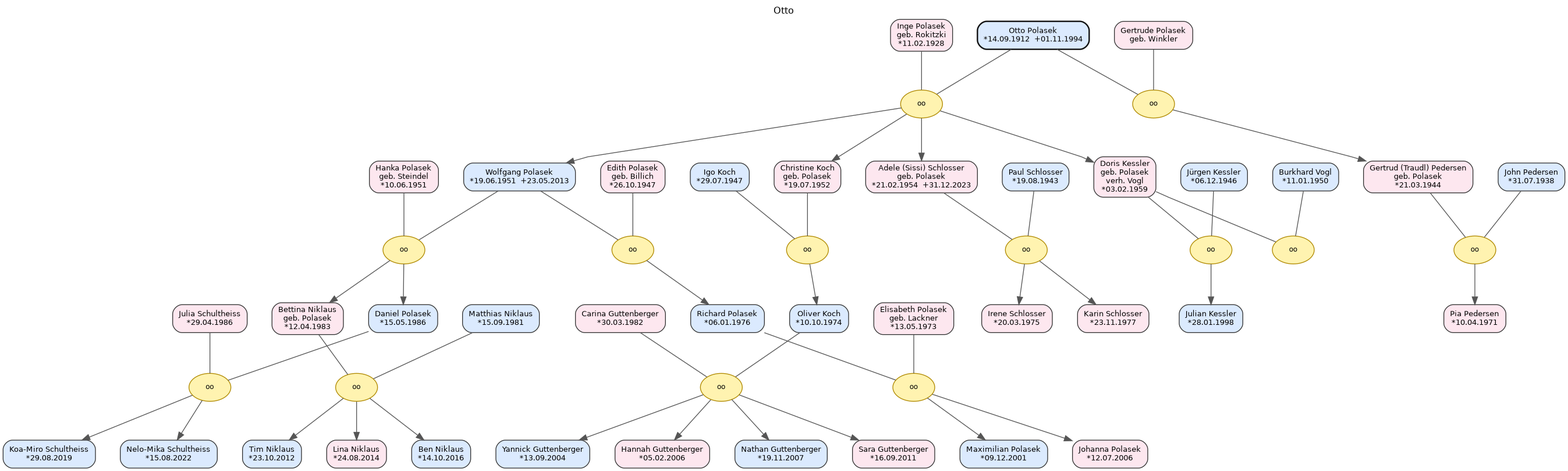
The Graphviz diagram Otto_0_10.png in Konfusius16/Ahnentafel-Polasek, before a commit. Its source is kept beside it as Otto_0_10.dot.
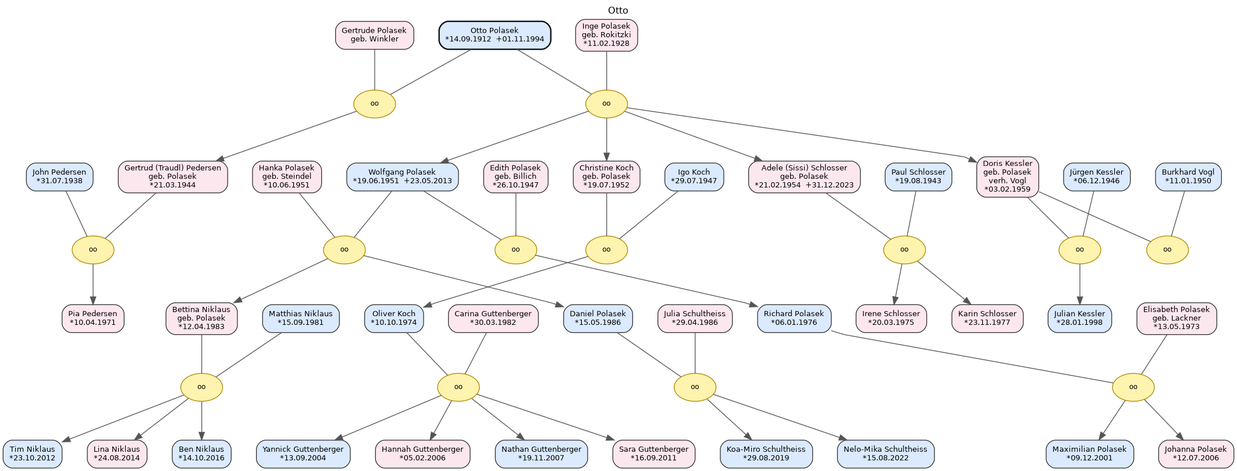
The same diagram one commit later.

Change to the diagram source:
```diff
@@ -3,92 +3,112 @@
 	graph [fontname="DejaVu Sans" fontsize=12 label=Otto labelloc=t]
 	node [color="#333333" fontname="DejaVu Sans" fontsize=10 shape=box style="rounded,filled"]
 	edge [color="#555555" fontname="DejaVu Sans"]
-	g3p04 [label="Carina Guttenberger
-*30.03.1982" fillcolor="#fde7ef" id=P_g3p04]
-	polS06 [label="Igo Koch
-*29.07.1947" fillcolor="#dbeafe" id=P_polS06]
-	pol24 [label="Karin Schlosser
-*23.11.1977" fillcolor="#fde7ef" id=P_pol24]
-	g2p09 [label="Johanna Polasek
-*12.07.2006" fillcolor="#fde7ef" id=P_g2p09]
-	g3p07 [label="Nathan Guttenberger
-*19.11.2007" fillcolor="#dbeafe" id=P_g3p07]
-	pol23 [label="Irene Schlosser
-*20.03.1975" fillcolor="#fde7ef" id=P_pol23]
-	polS05 [label="Hanka Polasek
-geb. Steindel
-*10.06.1951" fillcolor="#fde7ef" id=P_polS05]
-	pol19 [label="Richard Polasek
-*06.01.1976" fillcolor="#dbeafe" id=P_pol19]
-	pol11 [label="Otto Polasek
-*14.09.1912  +01.11.1994" color="#111111" fillcolor="#dbeafe" id=P_pol11 penwidth=1.8]
-	g2p08 [label="Maximilian Polasek
-*09.12.2001" fillcolor="#dbeafe" id=P_g2p08]
 	pol14 [label="Gertrud (Traudl) Pedersen
 geb. Polasek
 *21.03.1944" fillcolor="#fde7ef" id=P_pol14]
 	g2p13 [label="Ben Niklaus
 *14.10.2016" fillcolor="#dbeafe" id=P_g2p13]
-	pol21 [label="Daniel Polasek
-*15.05.1986" fillcolor="#dbeafe" id=P_pol21]
-	g2p11 [label="Tim Niklaus
-*23.10.2012" fillcolor="#dbeafe" id=P_g2p11]
 	g2p07 [label="Elisabeth Polasek
 geb. Lackner
 *13.05.1973" fillcolor="#fde7ef" id=P_g2p07]
-	ped01 [label="John Pedersen
-*31.07.1938" fillcolor="#dbeafe" id=P_ped01]
-	polS03 [label="Inge Polasek
-geb. Rokitzki
-*11.02.1928" fillcolor="#fde7ef" id=P_polS03]
+	polS05 [label="Hanka Polasek
+geb. Steindel
+*10.06.1951" fillcolor="#fde7ef" id=P_polS05]
 	g3p06 [label="Hannah Guttenberger
 *05.02.2006" fillcolor="#fde7ef" id=P_g3p06]
+	ped02 [label="Pia Pedersen
+*10.04.1971" fillcolor="#fde7ef" id=P_ped02]
+	g2p08 [label="Maximilian Polasek
+*09.12.2001" fillcolor="#dbeafe" id=P_g2p08]
+	g2p09 [label="Johanna Polasek
+*12.07.2006" fillcolor="#fde7ef" id=P_g2p09]
 	pol25 [label="Julian Kessler
 *28.01.1998" fillcolor="#dbeafe" id=P_pol25]
+	polS07 [label="Paul Schlosser
+*19.08.1943" fillcolor="#dbeafe" id=P_polS07]
+	pol19 [label="Richard Polasek
+*06.01.1976" fillcolor="#dbeafe" id=P_pol19]
 	pol20 [label="Bettina Niklaus
 geb. Polasek
 *12.04.1983" fillcolor="#fde7ef" id=P_pol20]
-	g2p10 [label="Matthias Niklaus
-*15.09.1981" fillcolor="#dbeafe" id=P_g2p10]
-	g2p16 [label="Nelo-Mika Schultheiss
-*15.08.2022" fillcolor="#dbeafe" id=P_g2p16]
+	pol17 [label="Adele (Sissi) Schlosser
+geb. Polasek
+*21.02.1954  +31.12.2023" fillcolor="#fde7ef" id=P_pol17]
+	polS02 [label="Gertrude Polasek
+geb. Winkler" fillcolor="#fde7ef" id=P_polS02]
+	pol24 [label="Karin Schlosser
+*23.11.1977" fillcolor="#fde7ef" id=P_pol24]
+	pol11 [label="Otto Polasek
+*14.09.1912  +01.11.1994" color="#111111" fillcolor="#dbeafe" id=P_pol11 penwidth=1.8]
+	g2p14 [label="Julia Schultheiss
+*29.04.1986" fillcolor="#fde7ef" id=P_g2p14]
+	g3p04 [label="Carina Guttenberger
+*30.03.1982" fillcolor="#fde7ef" id=P_g3p04]
+	polS06 [label="Igo Koch
+*29.07.1947" fillcolor="#dbeafe" id=P_polS06]
+	pol22 [label="Oliver Koch
+*10.10.1974" fillcolor="#dbeafe" id=P_pol22]
+	pol21 [label="Daniel Polasek
+*15.05.1986" fillcolor="#dbeafe" id=P_pol21]
 	polS08 [label="Burkhard Vogl
 *11.01.1950" fillcolor="#dbeafe" id=P_polS08]
-	polS09 [label="Jürgen Kessler
-*06.12.1946" fillcolor="#dbeafe" id=P_polS09]
-	g2p14 [label="Julia Schultheiss
-*29.04.1986" fillcolor="#fde7ef" id=P_g2p14]
-	ped02 [label="Pia Pedersen
-*10.04.1971" fillcolor="#fde7ef" id=P_ped02]
-	g2p12 [label="Lina Niklaus
-*24.08.2014" fillcolor="#fde7ef" id=P_g2p12]
 	pol18 [label="Doris Kessler
 geb. Polasek
 verh. Vogl
 *03.02.1959" fillcolor="#fde7ef" id=P_pol18]
-	pol17 [label="Adele (Sissi) Schlosser
+	g2p10 [label="Matthias Niklaus
+*15.09.1981" fillcolor="#dbeafe" id=P_g2p10]
+	g2p11 [label="Tim Niklaus
+*23.10.2012" fillcolor="#dbeafe" id=P_g2p11]
+	pol16 [label="Christine Koch
 geb. Polasek
-*21.02.1954  +31.12.2023" fillcolor="#fde7ef" id=P_pol17]
+*19.07.1952" fillcolor="#fde7ef" id=P_pol16]
+	polS03 [label="Inge Polasek
+geb. Rokitzki
+*11.02.1928" fillcolor="#fde7ef" id=P_polS03]
+	g2p15 [label="Koa-Miro Schultheiss
+*29.08.2019" fillcolor="#dbeafe" id=P_g2p15]
 	g3p05 [label="Yannick Guttenberger
 *13.09.2004" fillcolor="#dbeafe" id=P_g3p05]
+	polS09 [label="Jürgen Kessler
+*06.12.1946" fillcolor="#dbeafe" id=P_polS09]
+	pol15 [label="Wolfgang Polasek
+*19.06.1951  +23.05.2013" fillcolor="#dbeafe" id=P_pol15]
 	polS04 [label="Edith Polasek
 geb. Billich
 *26.10.1947" fillcolor="#fde7ef" id=P_polS04]
+	pol23 [label="Irene Schlosser
+*20.03.1975" fillcolor="#fde7ef" id=P_pol23]
+	g2p16 [label="Nelo-Mika Schultheiss
+*15.08.2022" fillcolor="#dbeafe" id=P_g2p16]
+	g3p07 [label="Nathan Guttenberger
+*19.11.2007" fillcolor="#dbeafe" id=P_g3p07]
+	g2p12 [label="Lina Niklaus
+*24.08.2014" fillcolor="#fde7ef" id=P_g2p12]
+	ped01 [label="John Pedersen
+*31.07.1938" fillcolor="#dbeafe" id=P_ped01]
 	g3p08 [label="Sara Guttenberger
 *16.09.2011" fillcolor="#fde7ef" id=P_g3p08]
-	pol15 [label="Wolfgang Polasek
-*19.06.1951  +23.05.2013" fillcolor="#dbeafe" id=P_pol15]
-	polS02 [label="Gertrude Polasek
-geb. Winkler" fillcolor="#fde7ef" id=P_polS02]
-	g2p15 [label="Koa-Miro Schultheiss
-*29.08.2019" fillcolor="#dbeafe" id=P_g2p15]
-	pol22 [label="Oliver Koch
-*10.10.1974" fillcolor="#dbeafe" id=P_pol22]
-	pol16 [label="Christine Koch
-geb. Polasek
-*19.07.1952" fillcolor="#fde7ef" id=P_pol16]
-	polS07 [label="Paul Schlosser
-*19.08.1943" fillcolor="#dbeafe" id=P_polS07]
+	M_polF2 [label=oo color="#b08900" fillcolor="#fff3b0" fontsize=9 id=M_polF2 shape=ellipse style=filled]
+	subgraph rank_polF2 {
+		rank=same
+		pol11
+		polS02
+	}
+	pol11 -> polS02 [constraint=true minlen=0 style=invis weight=3600]
+	pol11 -> M_polF2 [dir=none minlen=1 weight=60]
+	polS02 -> M_polF2 [dir=none minlen=1 weight=60]
+	subgraph kids_polF2 {
+		rank=same
+		pol14
+	}
+	M_polF2 -> pol14
+	subgraph pair_pol14 {
+		rank=same
+		pol14
+		ped01
+	}
+	ped01 -> pol14 [constraint=true minlen=0 style=invis weight=2600]
 	M_polF5 [label=oo color="#b08900" fillcolor="#fff3b0" fontsize=9 id=M_polF5 shape=ellipse style=filled]
 	subgraph rank_polF5 {
 		rank=same
@@ -119,6 +139,100 @@
 		g2p14
 	}
 	pol21 -> g2p14 [constraint=true minlen=0 style=invis weight=2600]
+	M_polF6 [label=oo color="#b08900" fillcolor="#fff3b0" fontsize=9 id=M_polF6 shape=ellipse style=filled]
+	subgraph rank_polF6 {
+		rank=same
+		polS06
+		pol16
+	}
+	polS06 -> pol16 [constraint=true minlen=0 style=invis weight=3600]
+	polS06 -> M_polF6 [dir=none minlen=1 weight=60]
+	pol16 -> M_polF6 [dir=none minlen=1 weight=60]
+	subgraph kids_polF6 {
+		rank=same
+		pol22
+	}
+	M_polF6 -> pol22
+	subgraph pair_pol22 {
+		rank=same
+		pol22
+		g3p04
+	}
+	pol22 -> g3p04 [constraint=true minlen=0 style=invis weight=2600]
+	M_polF8 [label=oo color="#b08900" fillcolor="#fff3b0" fontsize=9 id=M_polF8 shape=ellipse style=filled]
+	subgraph rank_polF8 {
+		rank=same
+		polS08
+		pol18
+	}
+	polS08 -> pol18 [constraint=true minlen=0 style=invis weight=3600]
+	polS08 -> M_polF8 [dir=none minlen=1 weight=60]
+	pol18 -> M_polF8 [dir=none minlen=1 weight=60]
+	M_g2F4 [label=oo color="#b08900" fillcolor="#fff3b0" fontsize=9 id=M_g2F4 shape=ellipse style=filled]
+	subgraph rank_g2F4 {
+		rank=same
+		g2p10
+		pol20
+	}
+	g2p10 -> pol20 [constraint=true minlen=0 style=invis weight=3600]
+	g2p10 -> M_g2F4 [dir=none minlen=1 weight=60]
+	pol20 -> M_g2F4 [dir=none minlen=1 weight=60]
+	subgraph kids_g2F4 {
+		rank=same
+		g2p11
+		g2p12
+		g2p13
+	}
+	M_g2F4 -> g2p11
+	M_g2F4 -> g2p12
+	M_g2F4 -> g2p13
+	g2p11 -> g2p12 [constraint=true minlen=0 style=invis weight=1400]
+	g2p12 -> g2p13 [constraint=true minlen=0 style=invis weight=1400]
+	M_polF9 [label=oo color="#b08900" fillcolor="#fff3b0" fontsize=9 id=M_polF9 shape=ellipse style=filled]
+	subgraph rank_polF9 {
+		rank=same
+		polS09
+		pol18
+	}
+	polS09 -> pol18 [constraint=true minlen=0 style=invis weight=3600]
+	polS09 -> M_polF9 [dir=none minlen=1 weight=60]
+	pol18 -> M_polF9 [dir=none minlen=1 weight=60]
+	subgraph kids_polF9 {
+		rank=same
+		pol25
+	}
+	M_polF9 -> pol25
+	M_pedF1 [label=oo color="#b08900" fillcolor="#fff3b0" fontsize=9 id=M_pedF1 shape=ellipse style=filled]
+	subgraph rank_pedF1 {
+		rank=same
+		ped01
+		pol14
+	}
+	ped01 -> pol14 [constraint=true minlen=0 style=invis weight=3600]
+	ped01 -> M_pedF1 [dir=none minlen=1 weight=60]
+	pol14 -> M_pedF1 [dir=none minlen=1 weight=60]
+	subgraph kids_pedF1 {
+		rank=same
+		ped02
+	}
+	M_pedF1 -> ped02
+	M_g2F5 [label=oo color="#b08900" fillcolor="#fff3b0" fontsize=9 id=M_g2F5 shape=ellipse style=filled]
+	subgraph rank_g2F5 {
+		rank=same
+		pol21
+		g2p14
+	}
+	pol21 -> g2p14 [constraint=true minlen=0 style=invis weight=3600]
+	pol21 -> M_g2F5 [dir=none minlen=1 weight=60]
+	g2p14 -> M_g2F5 [dir=none minlen=1 weight=60]
+	subgraph kids_g2F5 {
+		rank=same
+		g2p15
+		g2p16
+	}
+	M_g2F5 -> g2p15
+	M_g2F5 -> g2p16
+	g2p15 -> g2p16 [constraint=true minlen=0 style=invis weight=1400]
 	M_polF3 [label=oo color="#b08900" fillcolor="#fff3b0" fontsize=9 id=M_polF3 shape=ellipse style=filled]
 	subgraph rank_polF3 {
 		rank=same
@@ -169,43 +283,23 @@
 		polS08
 	}
 	polS08 -> pol18 [constraint=true minlen=0 style=invis weight=2600]
-	M_g2F5 [label=oo color="#b08900" fillcolor="#fff3b0" fontsize=9 id=M_g2F5 shape=ellipse style=filled]
-	subgraph rank_g2F5 {
+	M_g2F3 [label=oo color="#b08900" fillcolor="#fff3b0" fontsize=9 id=M_g2F3 shape=ellipse style=filled]
+	subgraph rank_g2F3 {
 		rank=same
-		pol21
-		g2p14
+		pol19
+		g2p07
 	}
-	pol21 -> g2p14 [constraint=true minlen=0 style=invis weight=3600]
-	pol21 -> M_g2F5 [dir=none minlen=1 weight=60]
-	g2p14 -> M_g2F5 [dir=none minlen=1 weight=60]
-	subgraph kids_g2F5 {
+	pol19 -> g2p07 [constraint=true minlen=0 style=invis weight=3600]
+	pol19 -> M_g2F3 [dir=none minlen=1 weight=60]
+	g2p07 -> M_g2F3 [dir=none minlen=1 weight=60]
+	subgraph kids_g2F3 {
 		rank=same
-		g2p15
-		g2p16
+		g2p08
+		g2p09
 	}
-	M_g2F5 -> g2p15
-	M_g2F5 -> g2p16
-	g2p15 -> g2p16 [constraint=true minlen=0 style=invis weight=1400]
-	M_polF2 [label=oo color="#b08900" fillcolor="#fff3b0" fontsize=9 id=M_polF2 shape=ellipse style=filled]
-	subgraph rank_polF2 {
-		rank=same
-		pol11
-		polS02
-	}
-	pol11 -> polS02 [constraint=true minlen=0 style=invis weight=3600]
-	pol11 -> M_polF2 [dir=none minlen=1 weight=60]
-	polS02 -> M_polF2 [dir=none minlen=1 weight=60]
-	subgraph kids_polF2 {
-		rank=same
-		pol14
-	}
-	M_polF2 -> pol14
-	subgraph pair_pol14 {
-		rank=same
-		pol14
-		ped01
-	}
-	ped01 -> pol14 [constraint=true minlen=0 style=invis weight=2600]
+	M_g2F3 -> g2p08
+	M_g2F3 -> g2p09
+	g2p08 -> g2p09 [constraint=true minlen=0 style=invis weight=1400]
 	M_g3F2 [label=oo color="#b08900" fillcolor="#fff3b0" fontsize=9 id=M_g3F2 shape=ellipse style=filled]
 	subgraph rank_g3F2 {
 		rank=same
@@ -229,66 +323,6 @@
 	g3p05 -> g3p06 [constraint=true minlen=0 style=invis weight=1400]
 	g3p06 -> g3p07 [constraint=true minlen=0 style=invis weight=1400]
 	g3p07 -> g3p08 [constraint=true minlen=0 style=invis weight=1400]
-	M_pedF1 [label=oo color="#b08900" fillcolor="#fff3b0" fontsize=9 id=M_pedF1 shape=ellipse style=filled]
-	subgraph rank_pedF1 {
-		rank=same
-		ped01
-		pol14
-	}
-	ped01 -> pol14 [constraint=true minlen=0 style=invis weight=3600]
-	ped01 -> M_pedF1 [dir=none minlen=1 weight=60]
-	pol14 -> M_pedF1 [dir=none minlen=1 weight=60]
-	subgraph kids_pedF1 {
-		rank=same
-		ped02
-	}
-	M_pedF1 -> ped02
-	M_g2F3 [label=oo color="#b08900" fillcolor="#fff3b0" fontsize=9 id=M_g2F3 shape=ellipse style=filled]
-	subgraph rank_g2F3 {
-		rank=same
-		pol19
-		g2p07
-	}
-	pol19 -> g2p07 [constraint=true minlen=0 style=invis weight=3600]
-	pol19 -> M_g2F3 [dir=none minlen=1 weight=60]
-	g2p07 -> M_g2F3 [dir=none minlen=1 weight=60]
-	subgraph kids_g2F3 {
-		rank=same
-		g2p08
-		g2p09
-	}
-	M_g2F3 -> g2p08
-	M_g2F3 -> g2p09
-	g2p08 -> g2p09 [constraint=true minlen=0 style=invis weight=1400]
-	M_polF8 [label=oo color="#b08900" fillcolor="#fff3b0" fontsize=9 id=M_polF8 shape=ellipse style=filled]
-	subgraph rank_polF8 {
-		rank=same
-		polS08
-		pol18
-	}
-	polS08 -> pol18 [constraint=true minlen=0 style=invis weight=3600]
-	polS08 -> M_polF8 [dir=none minlen=1 weight=60]
-	pol18 -> M_polF8 [dir=none minlen=1 weight=60]
-	M_g2F4 [label=oo color="#b08900" fillcolor="#fff3b0" fontsize=9 id=M_g2F4 shape=ellipse style=filled]
-	subgraph rank_g2F4 {
-		rank=same
-		g2p10
-		pol20
-	}
-	g2p10 -> pol20 [constraint=true minlen=0 style=invis weight=3600]
-	g2p10 -> M_g2F4 [dir=none minlen=1 weight=60]
-	pol20 -> M_g2F4 [dir=none minlen=1 weight=60]
-	subgraph kids_g2F4 {
-		rank=same
-		g2p11
-		g2p12
-		g2p13
-	}
-	M_g2F4 -> g2p11
-	M_g2F4 -> g2p12
-	M_g2F4 -> g2p13
-	g2p11 -> g2p12 [constraint=true minlen=0 style=invis weight=1400]
-	g2p12 -> g2p13 [constraint=true minlen=0 style=invis weight=1400]
 	M_polF4 [label=oo color="#b08900" fillcolor="#fff3b0" fontsize=9 id=M_polF4 shape=ellipse style=filled]
 	subgraph rank_polF4 {
 		rank=same
@@ -309,20 +343,6 @@
 		g2p07
 	}
 	pol19 -> g2p07 [constraint=true minlen=0 style=invis weight=2600]
-	M_polF9 [label=oo color="#b08900" fillcolor="#fff3b0" fontsize=9 id=M_polF9 shape=ellipse style=filled]
-	subgraph rank_polF9 {
-		rank=same
-		polS09
-		pol18
-	}
-	polS09 -> pol18 [constraint=true minlen=0 style=invis weight=3600]
-	polS09 -> M_polF9 [dir=none minlen=1 weight=60]
-	pol18 -> M_polF9 [dir=none minlen=1 weight=60]
-	subgraph kids_polF9 {
-		rank=same
-		pol25
-	}
-	M_polF9 -> pol25
 	M_polF7 [label=oo color="#b08900" fillcolor="#fff3b0" fontsize=9 id=M_polF7 shape=ellipse style=filled]
 	subgraph rank_polF7 {
 		rank=same
@@ -340,26 +360,6 @@
 	M_polF7 -> pol23
 	M_polF7 -> pol24
 	pol23 -> pol24 [constraint=true minlen=0 style=invis weight=1400]
-	M_polF6 [label=oo color="#b08900" fillcolor="#fff3b0" fontsize=9 id=M_polF6 shape=ellipse style=filled]
-	subgraph rank_polF6 {
-		rank=same
-		polS06
-		pol16
-	}
-	polS06 -> pol16 [constraint=true minlen=0 style=invis weight=3600]
-	polS06 -> M_polF6 [dir=none minlen=1 weight=60]
-	pol16 -> M_polF6 [dir=none minlen=1 weight=60]
-	subgraph kids_polF6 {
-		rank=same
-		pol22
-	}
-	M_polF6 -> pol22
-	subgraph pair_pol22 {
-		rank=same
-		pol22
-		g3p04
-	}
-	pol22 -> g3p04 [constraint=true minlen=0 style=invis weight=2600]
 	subgraph gen_0 {
 		rank=same
 		pol11
```
